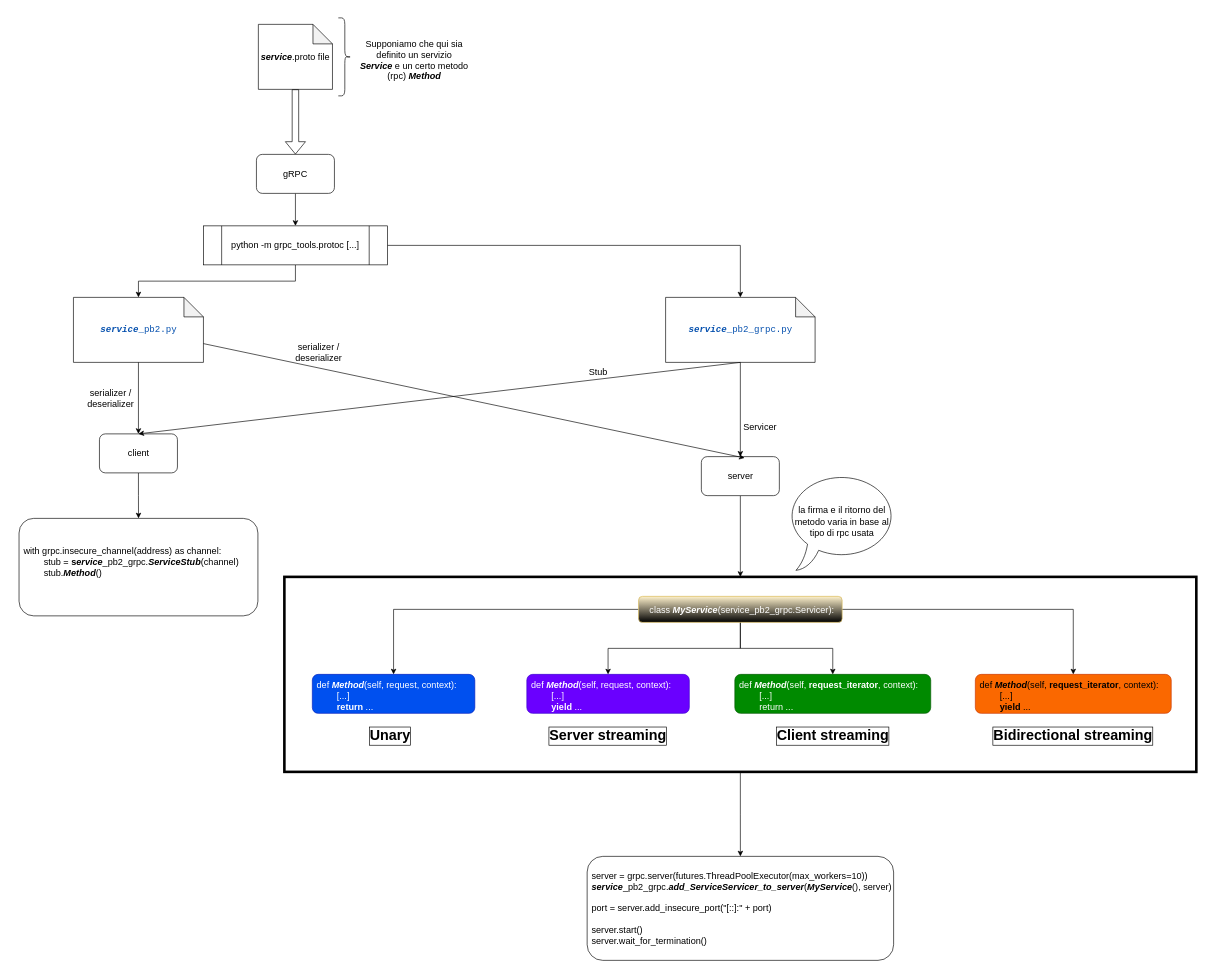
Above: notebooks/03_middleware/python/gRPC.drawio in angeloz-stack/advanced-computer-programming (draw.io), before the change. Source tidied: cells renumbered, new cells numbered last; positions are measured from the earlier drawing's top-left corner, leaving out a move shared by most shapes. Both pictures are drawn from the tidied source at 65%, with x=0, y=0 at pixel (19, 18).
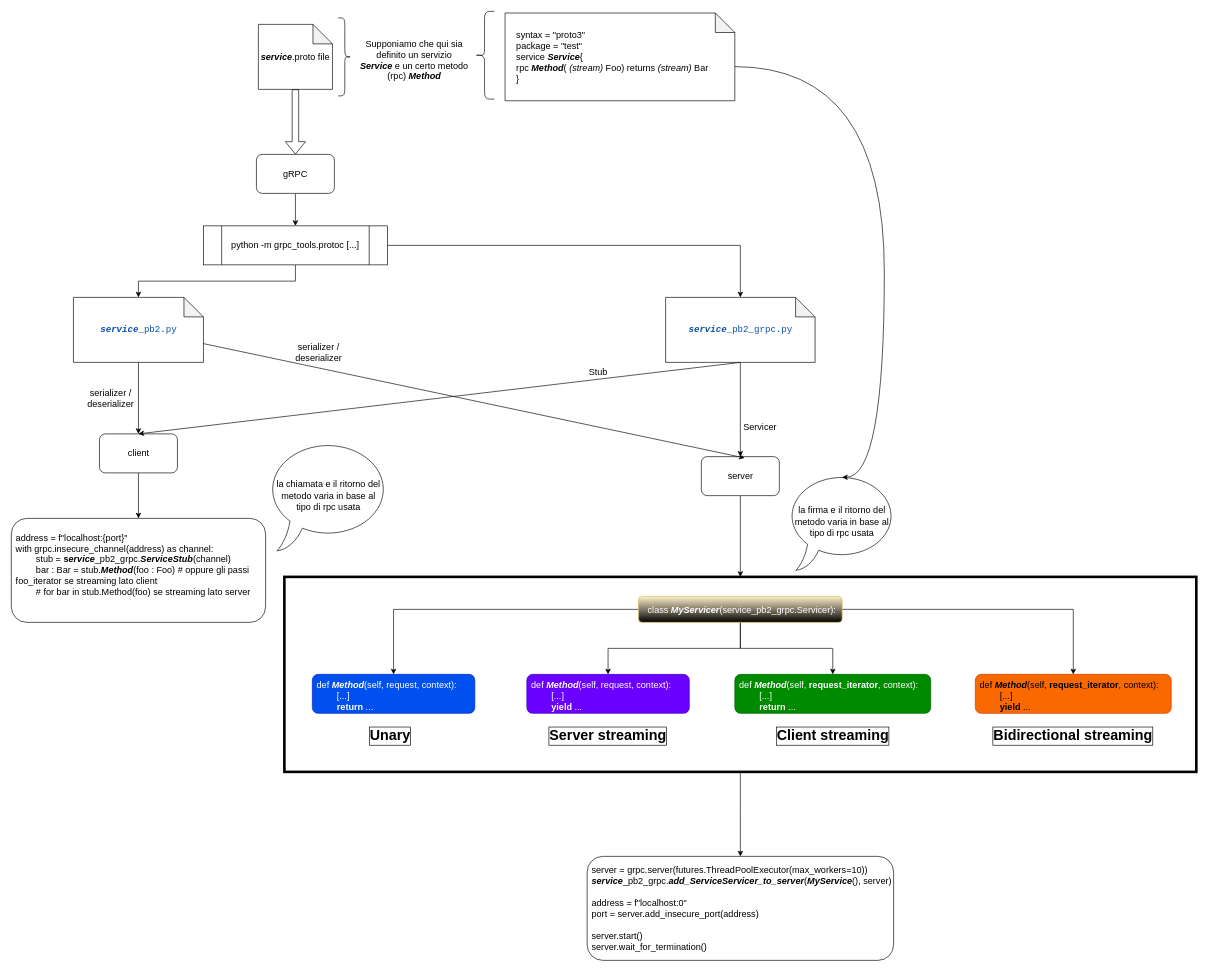
The same diagram, later.

Unchanged cells that the change refers to:
```xml
<mxCell id="26" style="group;" parent="1" vertex="1">
  <mxGeometry x="408" y="860" width="1403" height="300" as="geometry" />
</mxCell>
<mxCell id="41" value="la firma e il ritorno del metodo varia in base al tipo di rpc usata" style="whiteSpace=wrap;html=1;shape=mxgraph.basic.oval_callout;fontSize=14;" parent="1" vertex="1">
  <mxGeometry x="1181" y="700" width="170" height="150" as="geometry" />
</mxCell>
```

The edit, as a diff of the source:
```diff
@@
-    <mxCell id="21" value="with grpc.insecure_channel(address) as channel:&lt;div&gt;&lt;span style=&quot;white-space: pre;&quot;&gt;&#9;&lt;/span&gt;stub = &lt;b&gt;s&lt;/b&gt;&lt;i&gt;&lt;b&gt;ervice&lt;/b&gt;&lt;/i&gt;_pb2_grpc.&lt;b&gt;&lt;i&gt;ServiceStub&lt;/i&gt;&lt;/b&gt;(channel)&lt;br&gt;&lt;/div&gt;&lt;div&gt;&lt;span style=&quot;white-space: pre;&quot;&gt;&#9;&lt;/span&gt;stub.&lt;b&gt;&lt;i&gt;Method&lt;/i&gt;&lt;/b&gt;()&lt;br&gt;&lt;/div&gt;&lt;div&gt;&lt;br&gt;&lt;/div&gt;" style="rounded=1;whiteSpace=wrap;html=1;fontSize=14;align=left;spacingLeft=5;" parent="1" vertex="1">
-      <mxGeometry x="-0.2" y="770" width="367.5" height="150" as="geometry" />
+    <mxCell id="21" value="&lt;div&gt;address = f&quot;localhost:{port}&quot;&lt;/div&gt;with grpc.insecure_channel(address) as channel:&lt;div&gt;&lt;span style=&quot;white-space: pre;&quot;&gt;&#9;&lt;/span&gt;stub = &lt;b&gt;s&lt;/b&gt;&lt;i&gt;&lt;b&gt;ervice&lt;/b&gt;&lt;/i&gt;_pb2_grpc.&lt;b&gt;&lt;i&gt;ServiceStub&lt;/i&gt;&lt;/b&gt;(channel)&lt;br&gt;&lt;/div&gt;&lt;div&gt;&lt;span style=&quot;white-space: pre;&quot;&gt;&#9;&lt;/span&gt;bar : Bar&amp;nbsp;= stub.&lt;b&gt;&lt;i&gt;Method&lt;/i&gt;&lt;/b&gt;(foo : Foo) # oppure gli passi foo_iterator se streaming lato client&lt;/div&gt;&lt;div&gt;&lt;span style=&quot;white-space: pre;&quot;&gt;&#9;&lt;/span&gt;# for bar in stub.Method(foo) se streaming lato server&lt;br&gt;&lt;/div&gt;&lt;div&gt;&lt;br&gt;&lt;/div&gt;" style="rounded=1;whiteSpace=wrap;html=1;fontSize=14;align=left;spacingLeft=5;" parent="1" vertex="1">
+      <mxGeometry x="-12.1" y="770" width="391.2" height="160" as="geometry" />
     </mxCell>
@@
-    <mxCell id="32" value="&lt;div style=&quot;&quot;&gt;&lt;span style=&quot;background-color: transparent; color: light-dark(rgb(255, 255, 255), rgb(18, 18, 18));&quot;&gt;class &lt;/span&gt;&lt;b style=&quot;background-color: transparent; color: light-dark(rgb(255, 255, 255), rgb(18, 18, 18));&quot;&gt;&lt;i&gt;MyService&lt;/i&gt;&lt;/b&gt;&lt;span style=&quot;background-color: transparent; color: light-dark(rgb(255, 255, 255), rgb(18, 18, 18));&quot;&gt;(service_pb2_grpc.Servicer):&lt;/span&gt;&lt;span style=&quot;background-color: transparent; color: light-dark(rgb(255, 255, 255), rgb(18, 18, 18)); white-space: pre;&quot;&gt;&#9;&lt;/span&gt;&lt;/div&gt;" style="rounded=1;whiteSpace=wrap;html=1;fontSize=14;align=center;spacingLeft=5;fillColor=#fff2cc;spacingBottom=-17;strokeColor=#d6b656;gradientColor=default;" parent="26" vertex="1">
+    <mxCell id="32" value="&lt;div style=&quot;&quot;&gt;&lt;span style=&quot;background-color: transparent; color: light-dark(rgb(255, 255, 255), rgb(18, 18, 18));&quot;&gt;class &lt;/span&gt;&lt;b style=&quot;background-color: transparent; color: light-dark(rgb(255, 255, 255), rgb(18, 18, 18));&quot;&gt;&lt;i&gt;MyServicer&lt;/i&gt;&lt;/b&gt;&lt;span style=&quot;background-color: transparent; color: light-dark(rgb(255, 255, 255), rgb(18, 18, 18));&quot;&gt;(service_pb2_grpc.Servicer):&lt;/span&gt;&lt;span style=&quot;background-color: transparent; color: light-dark(rgb(255, 255, 255), rgb(18, 18, 18)); white-space: pre;&quot;&gt;&#9;&lt;/span&gt;&lt;/div&gt;" style="rounded=1;whiteSpace=wrap;html=1;fontSize=14;align=center;spacingLeft=5;fillColor=#fff2cc;spacingBottom=-17;strokeColor=#d6b656;gradientColor=default;" parent="26" vertex="1">
       <mxGeometry x="544.9" y="30" width="313.2" height="40" as="geometry" />
     </mxCell>
@@
-    <mxCell id="35" value="&lt;div style=&quot;&quot;&gt;def &lt;b&gt;&lt;i&gt;Method&lt;/i&gt;&lt;/b&gt;(self, &lt;b&gt;request_iterator&lt;/b&gt;, context):&lt;/div&gt;&lt;div style=&quot;&quot;&gt;&lt;span style=&quot;white-space: pre;&quot;&gt;&#9;&lt;/span&gt;[...]&lt;/div&gt;&lt;div style=&quot;&quot;&gt;&lt;span style=&quot;white-space: pre;&quot;&gt;&#9;&lt;/span&gt;return ...&lt;/div&gt;" style="rounded=1;whiteSpace=wrap;html=1;fontSize=14;align=left;spacingLeft=5;fillColor=#008a00;fontColor=#ffffff;strokeColor=#005700;spacingBottom=-5;" parent="26" vertex="1">
+    <mxCell id="35" value="&lt;div style=&quot;&quot;&gt;def &lt;b&gt;&lt;i&gt;Method&lt;/i&gt;&lt;/b&gt;(self, &lt;b&gt;request_iterator&lt;/b&gt;, context):&lt;/div&gt;&lt;div style=&quot;&quot;&gt;&lt;span style=&quot;white-space: pre;&quot;&gt;&#9;&lt;/span&gt;[...]&lt;/div&gt;&lt;div style=&quot;&quot;&gt;&lt;span style=&quot;white-space: pre;&quot;&gt;&#9;&lt;/span&gt;&lt;b&gt;return&lt;/b&gt; ...&lt;/div&gt;" style="rounded=1;whiteSpace=wrap;html=1;fontSize=14;align=left;spacingLeft=5;fillColor=#008a00;fontColor=#ffffff;strokeColor=#005700;spacingBottom=-5;" parent="26" vertex="1">
       <mxGeometry x="693" y="150" width="301.4" height="60" as="geometry" />
     </mxCell>
@@
-    <mxCell id="43" value="server = grpc.server(futures.ThreadPoolExecutor(max_workers=10)) &lt;b&gt;&lt;i&gt;service&lt;/i&gt;&lt;/b&gt;_pb2_grpc.&lt;b&gt;&lt;i&gt;add_ServiceServicer_to_server&lt;/i&gt;&lt;/b&gt;(&lt;b&gt;&lt;i&gt;MyService&lt;/i&gt;&lt;/b&gt;(), server)&lt;br&gt;&lt;br&gt;port = server.add_insecure_port(&quot;[::]:&quot; + port)&lt;br&gt;&lt;br&gt;server.start()&lt;br&gt;server.wait_for_termination()" style="rounded=1;whiteSpace=wrap;html=1;fontSize=14;align=left;spacingLeft=5;" parent="1" vertex="1">
+    <mxCell id="43" value="server = grpc.server(futures.ThreadPoolExecutor(max_workers=10)) &lt;b&gt;&lt;i&gt;service&lt;/i&gt;&lt;/b&gt;_pb2_grpc.&lt;b&gt;&lt;i&gt;add_ServiceServicer_to_server&lt;/i&gt;&lt;/b&gt;(&lt;b&gt;&lt;i&gt;MyService&lt;/i&gt;&lt;/b&gt;(), server)&lt;br&gt;&lt;br&gt;address = f&quot;localhost:0&quot;&lt;br&gt;port = server.add_insecure_port(address)&lt;br&gt;&lt;br&gt;server.start()&lt;br&gt;server.wait_for_termination()" style="rounded=1;whiteSpace=wrap;html=1;fontSize=14;align=left;spacingLeft=5;" parent="1" vertex="1">
       <mxGeometry x="873.8" y="1290" width="471.5" height="160" as="geometry" />
     </mxCell>
+    <mxCell id="44" value="syntax = &quot;proto3&quot;&lt;div&gt;package = &quot;test&quot;&lt;/div&gt;&lt;div&gt;service &lt;b style=&quot;font-style: italic;&quot;&gt;Service&lt;/b&gt;{&lt;/div&gt;&lt;div&gt;rpc &lt;b&gt;&lt;i&gt;Method&lt;/i&gt;&lt;/b&gt;( &lt;i&gt;(stream)&lt;/i&gt; Foo) returns &lt;i&gt;(stream)&lt;/i&gt; Bar&lt;/div&gt;&lt;div&gt;}&lt;/div&gt;" style="shape=note;whiteSpace=wrap;html=1;backgroundOutline=1;darkOpacity=0.05;fontSize=14;align=left;spacingRight=0;spacingLeft=15;" parent="1" vertex="1">
+      <mxGeometry x="747.5" y="-7.5" width="353.5" height="135" as="geometry" />
+    </mxCell>
+    <mxCell id="45" style="shape=curlyBracket;whiteSpace=wrap;html=1;rounded=1;flipH=1;labelPosition=right;verticalLabelPosition=middle;align=left;verticalAlign=middle;legacyAnchorPoints=0;rotation=-180;" parent="1" vertex="1">
+      <mxGeometry x="701" y="-10" width="30" height="135" as="geometry" />
+    </mxCell>
+    <mxCell id="46" style="endArrow=classic;html=1;rounded=0;exitX=0;exitY=0;exitDx=353.5;exitDy=82.5;exitPerimeter=0;edgeStyle=orthogonalEdgeStyle;curved=1;entryX=0.5;entryY=0.045;entryDx=0;entryDy=0;entryPerimeter=0;" parent="1" edge="1" source="44" target="41">
+      <mxGeometry relative="1" as="geometry">
+        <Array as="points">
+          <mxPoint x="1331" y="75" />
+          <mxPoint x="1331" y="707" />
+        </Array>
+      </mxGeometry>
+    </mxCell>
+    <mxCell id="47" value="la chiamata e il ritorno del metodo varia in base al tipo di rpc usata" style="whiteSpace=wrap;html=1;shape=mxgraph.basic.oval_callout;fontSize=14;spacingLeft=10;spacingRight=10;" parent="1" vertex="1">
+      <mxGeometry x="381" y="650" width="190" height="170" as="geometry" />
+    </mxCell>
```
